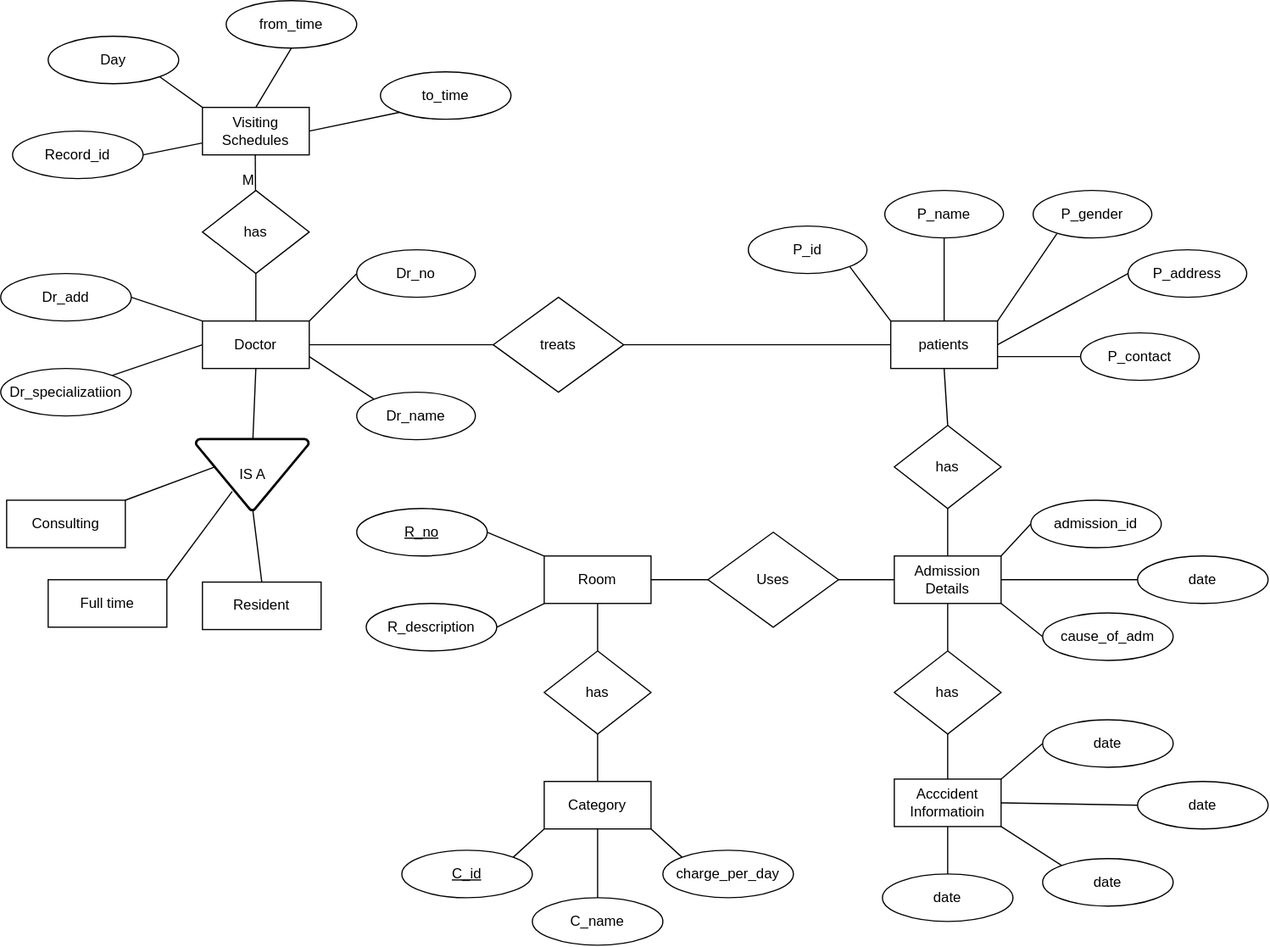
ramiza313/DBMS---Case-Studies keeps this draw.io diagram as Casestudy1.drawio.svg. Above is the earlier version. Source tidied: cells renumbered, new cells last; positions are measured from the earlier drawing's top-left corner, leaving out a move shared by most shapes.
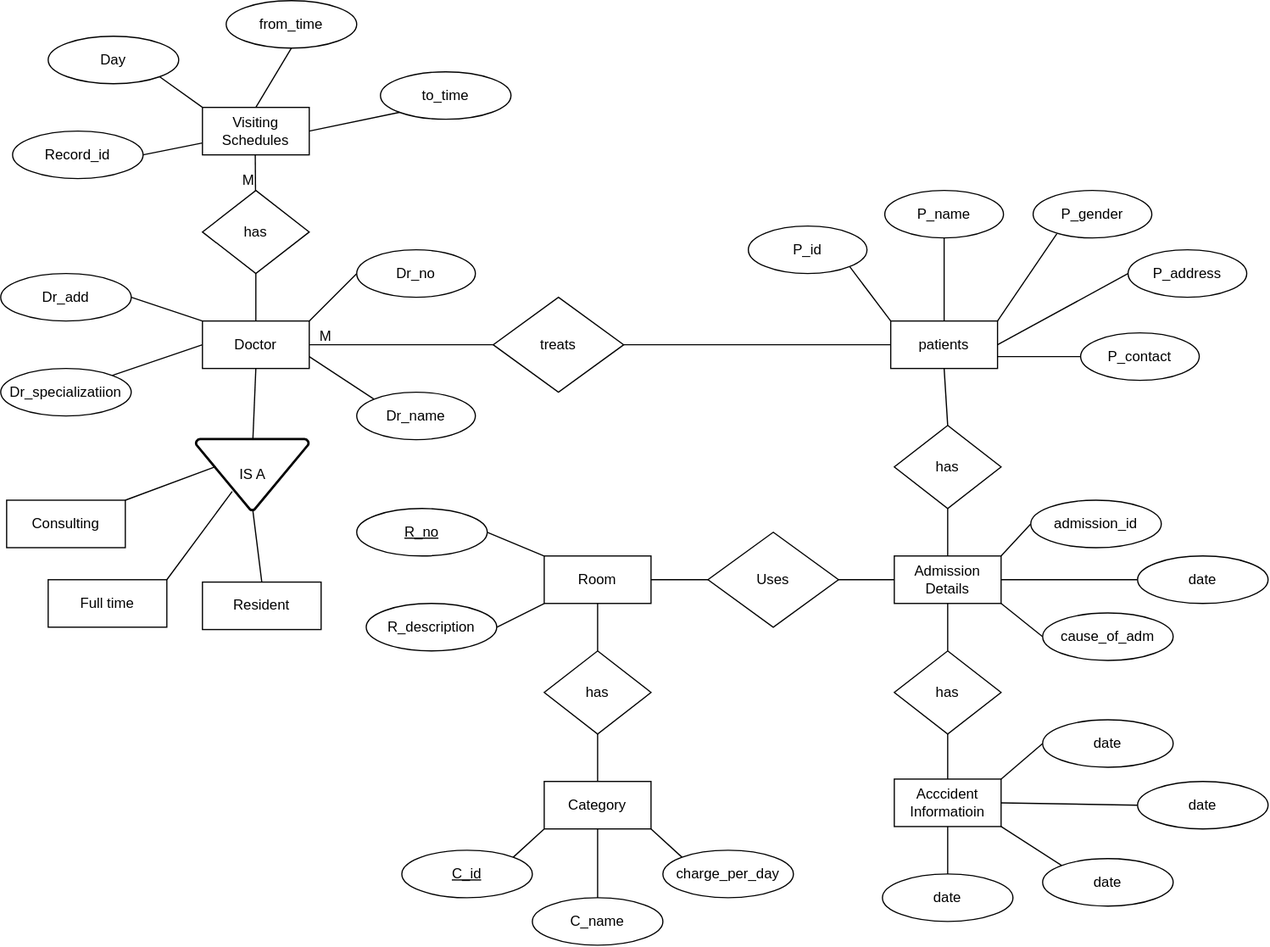
After the change.

What changed in the source:
```diff
@@ -258,5 +258,8 @@
     <mxCell id="85" style="edgeStyle=none;rounded=0;jettySize=auto;html=1;exitX=0.5;exitY=1;exitDx=0;exitDy=0;entryX=0.5;entryY=0;entryDx=0;entryDy=0;entryPerimeter=0;defaultLabelBackgroundColor=page;endArrow=none;endFill=0;" parent="1" edge="1" source="7" target="78">
       <mxGeometry relative="1" as="geometry" />
     </mxCell>
+    <mxCell id="86" value="M" style="text;html=1;whiteSpace=wrap;strokeColor=none;fillColor=none;align=center;verticalAlign=middle;rounded=0;" parent="1" vertex="1">
+      <mxGeometry x="264" y="271" width="20" height="23" as="geometry" />
+    </mxCell>
   </root>
 </mxGraphModel>
```
